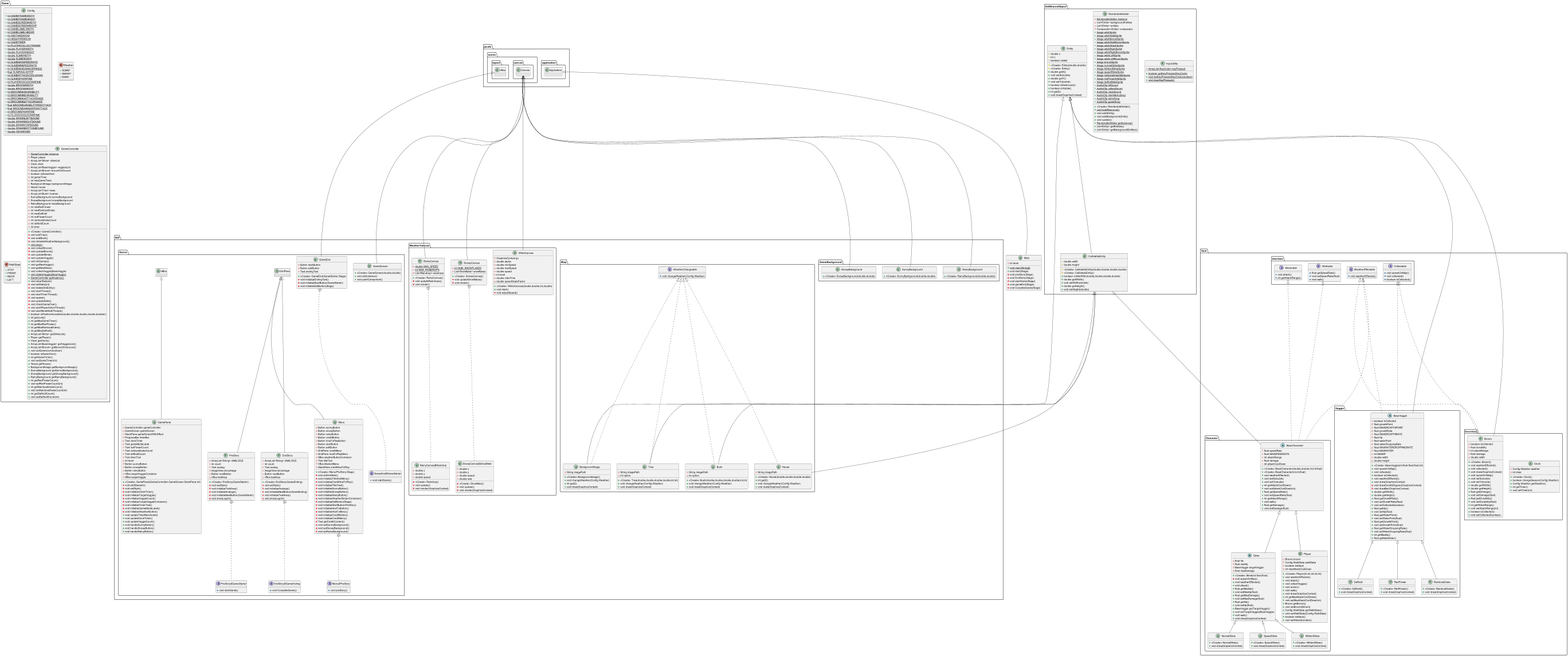
Earlier version of the PlantUML export UML.png (Brnn043/Witchs-Garden).
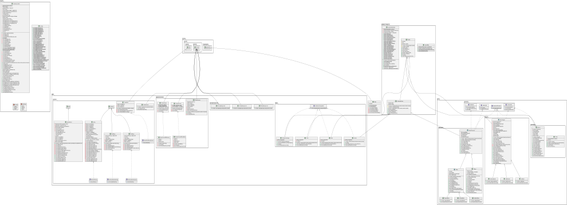
The same file after the commit.

The edit, as a diff of the source:
```diff
@@ -1,4 +1,31 @@
 @startuml
+class GUISharedObject.InputUtility {
+- {static} ArrayList<KeyCode> keyPressed
++ {static} boolean getKeyPressed(KeyCode)
++ {static} void setKeyPressed(KeyCode,boolean)
++ {static} void clearKeyPressed()
+}
+
+
+class GUI.Map.BackgroundImage {
+- String imagePath
++ <<Create>> BackgroundImage()
++ void changeWeather(Config.Weather)
++ int getZ()
++ void draw(GraphicsContext)
+}
+
+
+class Item.Character.SpeedSlime {
++ <<Create>> SpeedSlime()
++ void draw(GraphicsContext)
+}
+
+interface Item.Interface.Attackable {
+~ void attack()
+~ int getAttackRange()
+}
+
 abstract class Item.Character.Slime {
 - float Hp
 - float maxHp
@@ -19,18 +46,52 @@
 + void walk()
 + void draw(GraphicsContext)
 }
-class GUI.Scene.GameEnd {
-- Button startButton
-- Button exitButton
-- Text endingText
-+ <<Create>> GameEnd(GameStarter,Stage)
-- void initializeEndingText()
-- void initializeStartButton(GameStarter)
-- void initializeExitButton(Stage)
+
+
+class GUI.GameBackground.SunnyBackground {
++ <<Create>> SunnyBackground(double,double)
 }
-interface GUI.Scene.GameEnd$GameStarter {
-~ void startGame()
+
+interface Item.Interface.Collectable {
+~ void spawnOnMap()
+~ void collected()
+~ boolean isCollected()
 }
+
+class GUI.WeatherCanvas.RainyCanvas {
+- {static} double MAX_SPEED
+- {static} int NUM_RAINDROPS
+- List<Raindrop> raindrops
++ <<Create>> RainyCanvas()
+- void updateRaindrops()
+- void render()
+}
+
+
+class GUI.WeatherCanvas.RainyCanvas$Raindrop {
+- double x
+- double y
+- double speed
+- <<Create>> Raindrop()
+- void update()
+- void render(GraphicsContext)
+}
+
+
+class Item.Veggie.Daffodil {
++ <<Create>> Daffodil()
++ void draw(GraphicsContext)
+}
+
+class GUI.Map.House {
+- String imagePath
++ <<Create>> House(double,double,double,double)
++ int getZ()
++ void changeWeather(Config.Weather)
++ void draw(GraphicsContext)
+}
+
+
 class Item.Character.Player {
 - Broom broom
 - Config.WalkState walkState
@@ -52,26 +113,8 @@
 + boolean isAttack()
 + void setAttack(boolean)
 }
-class Item.Character.NormalSlime {
-+ <<Create>> NormalSlime()
-+ void draw(GraphicsContext)
-}
-class Main {
-- int level
-+ {static} void main(String[])
-+ void start(Stage)
-- void preStory(Stage)
-- void EndStory(Stage)
-- void startGame(Stage)
-- void gameEnd(Stage)
-- void ConpleteGame(Stage)
-}
-class GUISharedObject.InputUtility {
-- {static} ArrayList<KeyCode> keyPressed
-+ {static} boolean getKeyPressed(KeyCode)
-+ {static} void setKeyPressed(KeyCode,boolean)
-+ {static} void clearKeyPressed()
-}
+
+
 abstract class Item.Veggie.BaseVeggie {
 - boolean isCollected
 - float growthPoint
@@ -110,11 +153,59 @@
 + int getMaxHp()
 + float getMaxWater()
 }
-interface Item.Interface.Collectable {
-~ void spawnOnMap()
-~ void collected()
-~ boolean isCollected()
+
+
+class GUI.WeatherCanvas.WhiteCanvas {
+- GraphicsContext gc
+- double alpha
+- double minSpeed
+- double maxSpeed
+- double speed
+- int level
+- double ratioTime
+- double speedScaleFactor
++ <<Create>> WhiteCanvas(double,double,int,double)
++ void start()
+- void adjustSpeed()
 }
+
+
+class Item.Inventory.Clock {
+- Config.Weather weather
+- int timer
++ <<Create>> Clock()
++ boolean changeSeason(Config.Weather)
++ Config.Weather getWeather()
++ int getTimer()
++ void setTimer(int)
+}
+
+
+class Item.Character.NormalSlime {
++ <<Create>> NormalSlime()
++ void draw(GraphicsContext)
+}
+
+class GUI.Scene.PreStory {
+- ArrayList<String> ANALOGS
+- int count
+- Text analog
+- ImageView storyImage
+- Button nextButton
+- VBox textArea
++ <<Create>> PreStory(GameStarter)
+- void setStyle()
+- void initializeTextArea()
+- void initializeAnalogs()
+- void initializeNextButton(GameStarter)
+- void showLog(int)
+}
+
+
+interface GUI.Scene.PreStory$GameStarter {
+~ void startGame()
+}
+
 class GUI.Scene.Menu {
 - Button sunnyButton
 - Button snowyButton
@@ -149,13 +240,77 @@
 - void setSnowyBackground()
 - void setRainyBackground()
 }
+
+
 interface GUI.Scene.Menu$PreStory {
 ~ void preStory()
 }
+
+class GUI.Scene.GameScreen {
++ <<Create>> GameScreen(double,double)
++ void addListener()
++ void paintComponent()
+}
+
+class GUISharedObject.Entity {
+# double x
+# int z
+# boolean visible
+# <<Create>> Entity(double,double)
+# <<Create>> Entity()
++ double getX()
++ void setX(double)
++ double getY()
++ void setY(double)
++ boolean isDestroyed()
++ boolean isVisible()
++ int getZ()
++ void draw(GraphicsContext)
+}
+
+
+class GUI.GameBackground.RainyBackground {
++ <<Create>> RainyBackground(double,double)
+}
+
+class GUISharedObject.CollidableEntity {
+# double width
+# double height
+# <<Create>> CollidableEntity(double,double,double,double)
+# <<Create>> CollidableEntity()
++ boolean collideWith(double,double,double,double)
++ double getWidth()
++ void setWidth(double)
++ double getHeight()
++ void setHeight(double)
+}
+
+
+interface Item.Interface.Walkable {
+~ float getSpeedRate()
+~ void setSpeedRate(float)
+~ void walk()
+}
+
+class GUI.Scene.GameEnd {
+- Button startButton
+- Button exitButton
+- Text endingText
++ <<Create>> GameEnd(GameStarter,Stage)
+- void initializeEndingText()
+- void initializeStartButton(GameStarter)
+- void initializeExitButton(Stage)
+}
+
+
+interface GUI.Scene.GameEnd$GameStarter {
+~ void startGame()
+}
+
 class GUISharedObject.RenderableHolder {
 - {static} RenderableHolder instance
-- List<Entity> backgroundEntities
-- List<Entity> entities
+- ArrayList<Entity> backgroundEntities
+- ArrayList<Entity> entities
 - Comparator<Entity> comparator
 + {static} Image witchSprite
 + {static} Image witchWalkSprite
@@ -188,119 +343,20 @@
 + List<Entity> getEntities()
 + List<Entity> getBackgroundEntities()
 }
-class GUI.Scene.GamePanel {
-- GameController gameController
-- GameScreen gameScreen
-- StackPane gameScreenWithEffect
-- ProgressBar timerBar
-- Text clockTimer
-- Text gameModeLabel
-- Text redFlowerCount
-- Text rainbowDrakeCount
-- Text daffodilCount
-- Text timerText
+
+
+class Main {
 - int level
-- Button sunnyButton
-- Button snowyButton
-- Button rainyButton
-- VBox targetVeggieContainer
-- HBox targetVeggie
-+ <<Create>> GamePanel(GameController,GameScreen,StackPane,int)
-- void addElement()
-- void setStyle()
-- void initializeClockTimer()
-- void initializeTargetVeggie()
-- void initializeVeggieCount()
-- void initializeTargetVeggieContainer()
-- void initializeTimerText()
-- void initializeGameModeLabel()
-- void initializeWeatherButton()
-+ void updateTimerBar(double)
-+ void updateClockTimer()
-+ void updateVeggieCount()
-+ void handleSunnyButton()
-+ void handleSnowyButton()
-+ void handleRainyButton()
++ {static} void main(String[])
++ void start(Stage)
+- void preStory(Stage)
+- void EndStory(Stage)
+- void startGame(Stage)
+- void gameEnd(Stage)
+- void ConpleteGame(Stage)
 }
-class Item.Veggie.Daffodil {
-+ <<Create>> Daffodil()
-+ void draw(GraphicsContext)
-}
-class Item.Character.SpeedSlime {
-+ <<Create>> SpeedSlime()
-+ void draw(GraphicsContext)
-}
-class GUI.GameBackground.RainyBackground {
-+ <<Create>> RainyBackground(double,double)
-}
-class GUI.Scene.GameScreen {
-+ <<Create>> GameScreen(double,double)
-+ void addListener()
-+ void paintComponent()
-}
-class Game.Config {
-+ {static} int GAMEFRAMEWIDTH
-+ {static} int GAMEFRAMEHEIGHT
-+ {static} int GAMESCREENWIDTH
-+ {static} int GAMESCREENHEIGHT
-+ {static} int GAMELABELWIDTH
-+ {static} int GAMELABELHEIGHT
-+ {static} int WIDTHPERROW
-+ {static} int HEIGHTPERROW
-+ {static} int GAMETIMER
-+ {static} int PLAYERCOLLECTRANGE
-+ {static} double PLAYERWIDTH
-+ {static} double PLAYERHEIGHT
-+ {static} double SLIMEWIDTH
-+ {static} double SLIMEHEIGHT
-+ {static} int SLIMEMAXSPEEDRATE
-+ {static} int SLIMEMINSPEEDRATE
-+ {static} int SLIMEMAXDAMAGERANGE
-+ {static} float SLIMEWALKSTEP
-+ {static} int SLIMEATTACKCOOLDOWN
-+ {static} int SLIMESPAWNTIME
-+ {static} int PLAYERCOOLDOWNTIME
-+ {static} double BROOMWIDTH
-+ {static} double BROOMHEIGHT
-+ {static} int BROOMMAXDURABILITY
-+ {static} int BROOMMINDURABILITY
-+ {static} int BROOMMAXATTACKRANGE
-+ {static} int BROOMMINATTACKRANGE
-+ {static} float BROOMDURABILITYPERATTACK
-+ {static} float BROOMDAMAGEPERATTACK
-+ {static} int BROOMSPAWNTIME
-+ {static} int CLOCKCOOLDOWNTIME
-+ {static} double SPAWNLEFTBOUND
-+ {static} double SPAWNRIGHTBOUND
-+ {static} double SPAWNTOPBOUND
-+ {static} double SPAWNBOTTOMBOUND
-+ {static} double VEGGIESIZE
-}
-enum Game.Weather {
-+  SUNNY
-+  SNOWY
-+  RAINY
-}
-enum Game.WalkState {
-+  STAY
-+  FRONT
-+  RIGHT
-+  LEFT
-}
-class GUI.Map.Bush {
-- String imagePath
-- int option
-+ <<Create>> Bush(double,double,double,double,int,int)
-+ void changeWeather(Config.Weather)
-+ void draw(GraphicsContext)
-}
-class GUI.Map.House {
-- String imagePath
-+ <<Create>> House(double,double,double,double)
-+ int getZ()
-+ void changeWeather(Config.Weather)
-+ void draw(GraphicsContext)
-}
+
+
 class GUI.Map.Tree {
 - String imagePath
 - int option
@@ -308,30 +364,8 @@
 + void changeWeather(Config.Weather)
 + void draw(GraphicsContext)
 }
-class Item.Veggie.RedFlower {
-+ <<Create>> RedFlower()
-+ void draw(GraphicsContext)
-}
-class Item.Character.HitHardSlime {
-+ <<Create>> HitHardSlime()
-+ void draw(GraphicsContext)
-}
-class GUI.WeatherCanvas.WhiteCanvas {
-- GraphicsContext gc
-- double alpha
-- double minSpeed
-- double maxSpeed
-- double speed
-- int level
-- double ratioTime
-- double speedScaleFactor
-+ <<Create>> WhiteCanvas(double,double,int,double)
-+ void start()
-- void adjustSpeed()
-}
-interface GUI.Map.WeatherChangeable {
-~ void changeWeather(Config.Weather)
-}
+
+
 class Game.GameController {
 - {static} GameController instance
 - Player player
@@ -408,17 +442,141 @@
 + int getDaffodilCount()
 + void setDaffodilCount(int)
 }
-class GUISharedObject.CollidableEntity {
-# double width
-# double height
-# <<Create>> CollidableEntity(double,double,double,double)
-# <<Create>> CollidableEntity()
-+ boolean collideWith(double,double,double,double)
+
+
+class GUI.Scene.GamePanel {
+- GameController gameController
+- GameScreen gameScreen
+- StackPane gameScreenWithEffect
+- ProgressBar timerBar
+- Text clockTimer
+- Text gameModeLabel
+- Text redFlowerCount
+- Text rainbowDrakeCount
+- Text daffodilCount
+- Text timerText
+- int level
+- Button sunnyButton
+- Button snowyButton
+- Button rainyButton
+- VBox targetVeggieContainer
+- HBox targetVeggie
++ <<Create>> GamePanel(GameController,GameScreen,StackPane,int)
+- void addElement()
+- void setStyle()
+- void initializeClockTimer()
+- void initializeTargetVeggie()
+- void initializeVeggieCount()
+- void initializeTargetVeggieContainer()
+- void initializeTimerText()
+- void initializeGameModeLabel()
+- void initializeWeatherButton()
++ void updateTimerBar(double)
++ void updateClockTimer()
++ void updateVeggieCount()
++ void handleSunnyButton()
++ void handleSnowyButton()
++ void handleRainyButton()
+}
+
+
+class Item.Veggie.RainbowDrake {
++ <<Create>> RainbowDrake()
++ void draw(GraphicsContext)
+}
+
+class Item.Inventory.Broom {
+- boolean isCollected
+- float durability
+- int attackRange
+- float damage
+- double width
+- double height
++ <<Create>> Broom()
++ void weatherEffected()
++ void collected()
++ void draw(GraphicsContext)
++ void spawnOnMap()
++ void setX(double)
++ void setY(double)
 + double getWidth()
-+ void setWidth(double)
 + double getHeight()
-+ void setHeight(double)
++ float getDamage()
++ void setDamage(float)
++ float getDurability()
++ void setDurability(float)
++ int getAttackRange()
++ void setAttackRange(int)
++ boolean isCollected()
++ void setCollected(boolean)
 }
+
+
+class Game.Config {
++ {static} int GAMEFRAMEWIDTH
++ {static} int GAMEFRAMEHEIGHT
++ {static} int GAMESCREENWIDTH
++ {static} int GAMESCREENHEIGHT
++ {static} int GAMELABELWIDTH
++ {static} int GAMELABELHEIGHT
++ {static} int WIDTHPERROW
++ {static} int HEIGHTPERROW
++ {static} int GAMETIMER
++ {static} int PLAYERCOLLECTRANGE
++ {static} double PLAYERWIDTH
++ {static} double PLAYERHEIGHT
++ {static} double SLIMEWIDTH
++ {static} double SLIMEHEIGHT
++ {static} int SLIMEMAXSPEEDRATE
++ {static} int SLIMEMINSPEEDRATE
++ {static} int SLIMEMAXDAMAGERANGE
++ {static} float SLIMEWALKSTEP
++ {static} int SLIMEATTACKCOOLDOWN
++ {static} int SLIMESPAWNTIME
++ {static} int PLAYERCOOLDOWNTIME
++ {static} double BROOMWIDTH
++ {static} double BROOMHEIGHT
++ {static} int BROOMMAXDURABILITY
++ {static} int BROOMMINDURABILITY
++ {static} int BROOMMAXATTACKRANGE
++ {static} int BROOMMINATTACKRANGE
++ {static} float BROOMDURABILITYPERATTACK
++ {static} float BROOMDAMAGEPERATTACK
++ {static} int BROOMSPAWNTIME
++ {static} int CLOCKCOOLDOWNTIME
++ {static} double SPAWNLEFTBOUND
++ {static} double SPAWNRIGHTBOUND
++ {static} double SPAWNTOPBOUND
++ {static} double SPAWNBOTTOMBOUND
++ {static} double VEGGIESIZE
+}
+
+enum Game.Weather {
++  SUNNY
++  SNOWY
++  RAINY
+}
+
+enum Game.WalkState {
++  STAY
++  FRONT
++  RIGHT
++  LEFT
+}
+
+interface GUI.Map.WeatherChangeable {
+~ void changeWeather(Config.Weather)
+}
+
+class Item.Character.HitHardSlime {
++ <<Create>> HitHardSlime()
++ void draw(GraphicsContext)
+}
+
+interface Item.Interface.WeatherEffectable {
+~ void weatherEffected()
+}
+
 class GUI.WeatherCanvas.SnowyCanvas {
 - {static} int NUM_SNOWFLAKES
 - List<Snowflake> snowflakes
@@ -426,6 +584,8 @@
 - void updateSnowflakes()
 - void render()
 }
+
+
 class GUI.WeatherCanvas.SnowyCanvas$Snowflake {
 - double x
 - double y
@@ -435,54 +595,41 @@
 - void update()
 - void render(GraphicsContext)
 }
-interface Item.Interface.WeatherEffectable {
-~ void weatherEffected()
+
+
+class GUI.GameBackground.SnowyBackground {
++ <<Create>> SnowyBackground(double,double)
 }
-class GUI.GameBackground.SunnyBackground {
-+ <<Create>> SunnyBackground(double,double)
+
+class GUI.Map.Bush {
+- String imagePath
+- int option
++ <<Create>> Bush(double,double,double,double,int,int)
++ void changeWeather(Config.Weather)
++ void draw(GraphicsContext)
 }
-class GUI.WeatherCanvas.RainyCanvas {
-- {static} double MAX_SPEED
-- {static} int NUM_RAINDROPS
-- List<Raindrop> raindrops
-+ <<Create>> RainyCanvas()
-- void updateRaindrops()
-- void render()
-}
-class GUI.WeatherCanvas.RainyCanvas$Raindrop {
-- double x
-- double y
-- double speed
-- <<Create>> Raindrop()
-- void update()
-- void render(GraphicsContext)
-}
-class Item.Inventory.Clock {
-- Config.Weather weather
-- int timer
-+ <<Create>> Clock()
-+ boolean changeSeason(Config.Weather)
-+ Config.Weather getWeather()
-+ int getTimer()
-+ void setTimer(int)
-}
-class GUI.Scene.PreStory {
+
+
+class GUI.Scene.EndStory {
 - ArrayList<String> ANALOGS
 - int count
 - Text analog
 - ImageView storyImage
 - Button nextButton
 - VBox textArea
-+ <<Create>> PreStory(GameStarter)
++ <<Create>> EndStory(GameEnding)
 - void setStyle()
+- void initializeAnalogs()
+- void initializeNextButton(GameEnding)
 - void initializeTextArea()
-- void initializeAnalogs()
-- void initializeNextButton(GameStarter)
 - void showLog(int)
 }
-interface GUI.Scene.PreStory$GameStarter {
-~ void startGame()
+
+
+interface GUI.Scene.EndStory$GameEnding {
+~ void CompleteGame()
 }
+
 abstract class Item.Character.BaseCharacter {
 - float speedRate
 - float MAXSPEEDRATE
@@ -503,131 +650,59 @@
 + float getDamage()
 + void setDamage(float)
 }
-class GUISharedObject.Entity {
-# double x
-# int z
-# boolean visible
-# <<Create>> Entity(double,double)
-# <<Create>> Entity()
-+ double getX()
-+ void setX(double)
-+ double getY()
-+ void setY(double)
-+ boolean isDestroyed()
-+ boolean isVisible()
-+ int getZ()
+
+
+class Item.Veggie.RedFlower {
++ <<Create>> RedFlower()
 + void draw(GraphicsContext)
-}
-interface Item.Interface.Walkable {
-~ float getSpeedRate()
-~ void setSpeedRate(float)
-~ void walk()
-}
-class GUI.GameBackground.SnowyBackground {
-+ <<Create>> SnowyBackground(double,double)
-}
-class GUI.Scene.EndStory {
-- ArrayList<String> ANALOGS
-- int count
-- Text analog
-- ImageView storyImage
-- Button nextButton
-- VBox textArea
-+ <<Create>> EndStory(GameEnding)
-- void setStyle()
-- void initializeAnalogs()
-- void initializeNextButton(GameEnding)
-- void initializeTextArea()
-- void showLog(int)
-}
-interface GUI.Scene.EndStory$GameEnding {
-~ void CompleteGame()
-}
-class Item.Veggie.RainbowDrake {
-+ <<Create>> RainbowDrake()
-+ void draw(GraphicsContext)
-}
-class GUI.Map.BackgroundImage {
-- String imagePath
-+ <<Create>> BackgroundImage()
-+ void changeWeather(Config.Weather)
-+ int getZ()
-+ void draw(GraphicsContext)
-}
-interface Item.Interface.Attackable {
-~ void attack()
-~ int getAttackRange()
-}
-class Item.Inventory.Broom {
-- boolean isCollected
-- float durability
-- int attackRange
-- float damage
-- double width
-+ <<Create>> Broom()
-+ void weatherEffected()
-+ void collected()
-+ void draw(GraphicsContext)
-+ void spawnOnMap()
-+ void setX(double)
-+ void setY(double)
-+ double getWidth()
-+ double getHeight()
-+ float getDamage()
-+ void setDamage(float)
-+ float getDurability()
-+ void setDurability(float)
-+ int getAttackRange()
-+ void setAttackRange(int)
-+ boolean isCollected()
-+ void setCollected(boolean)
 }
 
 
+
+GUI.Map.WeatherChangeable <|.. GUI.Map.BackgroundImage
+GUISharedObject.Entity <|-- GUI.Map.BackgroundImage
+Item.Character.Slime <|-- Item.Character.SpeedSlime
 Item.Character.BaseCharacter <|-- Item.Character.Slime
-javafx.scene.layout.VBox <|-- GUI.Scene.GameEnd
-GUI.Scene.GameEnd +.. GUI.Scene.GameEnd$GameStarter
+javafx.scene.canvas.Canvas <|-- GUI.GameBackground.SunnyBackground
+javafx.scene.canvas.Canvas <|-- GUI.WeatherCanvas.RainyCanvas
+GUI.WeatherCanvas.RainyCanvas +.. GUI.WeatherCanvas.RainyCanvas$Raindrop
+Item.Veggie.BaseVeggie <|-- Item.Veggie.Daffodil
+GUI.Map.WeatherChangeable <|.. GUI.Map.House
+GUISharedObject.CollidableEntity <|-- GUI.Map.House
 Item.Character.BaseCharacter <|-- Item.Character.Player
-Item.Character.Slime <|-- Item.Character.NormalSlime
-javafx.application.Application <|-- Main
 Item.Interface.WeatherEffectable <|.. Item.Veggie.BaseVeggie
 Item.Interface.Collectable <|.. Item.Veggie.BaseVeggie
 GUISharedObject.Entity <|-- Item.Veggie.BaseVeggie
+javafx.scene.canvas.Canvas <|-- GUI.WeatherCanvas.WhiteCanvas
+Item.Character.Slime <|-- Item.Character.NormalSlime
+GUI.Scene.GridPane <|-- GUI.Scene.PreStory
+GUI.Scene.PreStory +.. GUI.Scene.PreStory$GameStarter
 GUI.Scene.GridPane <|-- GUI.Scene.Menu
 GUI.Scene.Menu +.. GUI.Scene.Menu$PreStory
+javafx.scene.canvas.Canvas <|-- GUI.Scene.GameScreen
+javafx.scene.canvas.Canvas <|-- GUI.GameBackground.RainyBackground
+GUISharedObject.Entity <|-- GUISharedObject.CollidableEntity
+javafx.scene.layout.VBox <|-- GUI.Scene.GameEnd
+GUI.Scene.GameEnd +.. GUI.Scene.GameEnd$GameStarter
+javafx.application.Application <|-- Main
+GUI.Map.WeatherChangeable <|.. GUI.Map.Tree
+GUISharedObject.CollidableEntity <|-- GUI.Map.Tree
 GUI.Scene.HBox <|-- GUI.Scene.GamePanel
-Item.Veggie.BaseVeggie <|-- Item.Veggie.Daffodil
-Item.Character.Slime <|-- Item.Character.SpeedSlime
-javafx.scene.canvas.Canvas <|-- GUI.GameBackground.RainyBackground
-javafx.scene.canvas.Canvas <|-- GUI.Scene.GameScreen
+Item.Veggie.BaseVeggie <|-- Item.Veggie.RainbowDrake
+Item.Interface.Collectable <|.. Item.Inventory.Broom
+Item.Interface.WeatherEffectable <|.. Item.Inventory.Broom
+GUISharedObject.Entity <|-- Item.Inventory.Broom
+Item.Character.Slime <|-- Item.Character.HitHardSlime
+javafx.scene.canvas.Canvas <|-- GUI.WeatherCanvas.SnowyCanvas
+GUI.WeatherCanvas.SnowyCanvas +.. GUI.WeatherCanvas.SnowyCanvas$Snowflake
+javafx.scene.canvas.Canvas <|-- GUI.GameBackground.SnowyBackground
 GUI.Map.WeatherChangeable <|.. GUI.Map.Bush
 GUISharedObject.CollidableEntity <|-- GUI.Map.Bush
-GUI.Map.WeatherChangeable <|.. GUI.Map.House
-GUISharedObject.CollidableEntity <|-- GUI.Map.House
-GUI.Map.WeatherChangeable <|.. GUI.Map.Tree
-GUISharedObject.CollidableEntity <|-- GUI.Map.Tree
-Item.Veggie.BaseVeggie <|-- Item.Veggie.RedFlower
-Item.Character.Slime <|-- Item.Character.HitHardSlime
-javafx.scene.canvas.Canvas <|-- GUI.WeatherCanvas.WhiteCanvas
-GUISharedObject.Entity <|-- GUISharedObject.CollidableEntity
-javafx.scene.canvas.Canvas <|-- GUI.WeatherCanvas.SnowyCanvas
-GUI.WeatherCanvas.SnowyCanvas +.. GUI.WeatherCanvas.SnowyCanvas$Snowflake
-javafx.scene.canvas.Canvas <|-- GUI.GameBackground.SunnyBackground
-javafx.scene.canvas.Canvas <|-- GUI.WeatherCanvas.RainyCanvas
-GUI.WeatherCanvas.RainyCanvas +.. GUI.WeatherCanvas.RainyCanvas$Raindrop
-GUI.Scene.GridPane <|-- GUI.Scene.PreStory
-GUI.Scene.PreStory +.. GUI.Scene.PreStory$GameStarter
+GUI.Scene.GridPane <|-- GUI.Scene.EndStory
+GUI.Scene.EndStory +.. GUI.Scene.EndStory$GameEnding
 Item.Interface.Walkable <|.. Item.Character.BaseCharacter
 Item.Interface.Attackable <|.. Item.Character.BaseCharacter
 Item.Interface.WeatherEffectable <|.. Item.Character.BaseCharacter
 GUISharedObject.CollidableEntity <|-- Item.Character.BaseCharacter
-javafx.scene.canvas.Canvas <|-- GUI.GameBackground.SnowyBackground
-GUI.Scene.GridPane <|-- GUI.Scene.EndStory
-GUI.Scene.EndStory +.. GUI.Scene.EndStory$GameEnding
-Item.Veggie.BaseVeggie <|-- Item.Veggie.RainbowDrake
-GUI.Map.WeatherChangeable <|.. GUI.Map.BackgroundImage
-GUISharedObject.Entity <|-- GUI.Map.BackgroundImage
-Item.Interface.Collectable <|.. Item.Inventory.Broom
-Item.Interface.WeatherEffectable <|.. Item.Inventory.Broom
-GUISharedObject.Entity <|-- Item.Inventory.Broom
+Item.Veggie.BaseVeggie <|-- Item.Veggie.RedFlower
 @enduml
```
